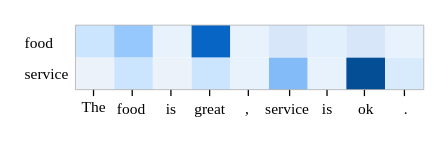
This is SemGCNAnalysis-b.drawio from zhaicao/images, a draw.io file, before an edit. Source tidied: cells renumbered, new cells numbered last; positions are measured from the earlier drawing's top-left corner, leaving out a move shared by most shapes. Both pictures are drawn from the tidied source at 129%, with x=0, y=0 at pixel (22, 23).
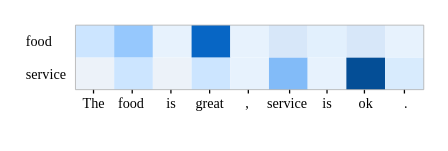
The same page after the edit.

Unchanged cells that the change refers to:
```xml
<mxCell id="4" style="whiteSpace=wrap;html=1;strokeColor=none;fillColor=#ecf2f9;fontSize=10;fontFamily=Times New Roman;" parent="1" vertex="1">
  <mxGeometry x="41" y="26" width="30" height="25" as="geometry" />
</mxCell>
<mxCell id="12" style="whiteSpace=wrap;html=1;strokeColor=none;fillColor=#d8ebfd;fontSize=10;fontFamily=Times New Roman;" parent="1" vertex="1">
  <mxGeometry x="281" y="26" width="30" height="25" as="geometry" />
</mxCell>
```

Change to the diagram source:
```diff
@@
-    <mxCell id="2" value="service" style="text;html=1;align=left;verticalAlign=middle;strokeColor=none;fillColor=none;fontSize=12;fontFamily=Times New Roman;" parent="1" vertex="1">
-      <mxGeometry y="24" width="60" height="30" as="geometry" />
-    </mxCell>
-    <mxCell id="3" value="food" style="text;html=1;align=left;verticalAlign=middle;strokeColor=none;fillColor=none;fontSize=12;fontFamily=Times New Roman;" parent="1" vertex="1">
-      <mxGeometry y="-0.5" width="50" height="30" as="geometry" />
-    </mxCell>
+    <mxCell id="45" value="service" style="text;html=1;align=left;verticalAlign=middle;strokeColor=none;fillColor=none;fontSize=11;fontFamily=Times New Roman;" parent="1" vertex="1">
+      <mxGeometry x="1" y="24" width="50" height="30" as="geometry" />
+    </mxCell>
+    <mxCell id="46" value="food" style="text;html=1;align=left;verticalAlign=middle;strokeColor=none;fillColor=none;fontSize=11;fontFamily=Times New Roman;" parent="1" vertex="1">
+      <mxGeometry x="1" y="-1.5" width="40" height="30" as="geometry" />
+    </mxCell>
@@
-    <mxCell id="5" style="whiteSpace=wrap;html=1;fillColor=#CCE5FF;strokeColor=none;fontSize=10;fontFamily=Times New Roman;" parent="1" vertex="1">
-      <mxGeometry x="71" y="26" width="30" height="25" as="geometry" />
-    </mxCell>
+    <mxCell id="47" style="whiteSpace=wrap;html=1;fillColor=#cce5ff;strokeColor=none;fontSize=10;fontFamily=Times New Roman;" parent="1" vertex="1">
+      <mxGeometry x="71" y="26" width="30" height="25" as="geometry" />
+    </mxCell>
@@
-    <mxCell id="8" style="whiteSpace=wrap;html=1;strokeColor=none;fillColor=#E7F2FD;fontSize=10;fontFamily=Times New Roman;" parent="1" vertex="1">
-      <mxGeometry x="161" y="26" width="30" height="25" as="geometry" />
-    </mxCell>
+    <mxCell id="48" style="whiteSpace=wrap;html=1;strokeColor=none;fillColor=#e7f2fd;fontSize=10;fontFamily=Times New Roman;" parent="1" vertex="1">
+      <mxGeometry x="161" y="26" width="30" height="25" as="geometry" />
+    </mxCell>
@@
-    <mxCell id="10" style="whiteSpace=wrap;html=1;strokeColor=none;fillColor=#E7F2FD;fontSize=10;fontFamily=Times New Roman;" parent="1" vertex="1">
-      <mxGeometry x="221" y="26" width="30" height="25" as="geometry" />
-    </mxCell>
+    <mxCell id="49" style="whiteSpace=wrap;html=1;strokeColor=none;fillColor=#e7f2fd;fontSize=10;fontFamily=Times New Roman;" parent="1" vertex="1">
+      <mxGeometry x="221" y="26" width="30" height="25" as="geometry" />
+    </mxCell>
@@
-    <mxCell id="13" style="whiteSpace=wrap;html=1;strokeColor=none;fillColor=#CCE5FF;fontSize=10;fontFamily=Times New Roman;rounded=0;" parent="1" vertex="1">
-      <mxGeometry x="41" y="1" width="30" height="25" as="geometry" />
-    </mxCell>
-    <mxCell id="14" style="whiteSpace=wrap;html=1;fillColor=#96C8FD;strokeColor=none;fontSize=10;fontFamily=Times New Roman;rounded=0;" parent="1" vertex="1">
-      <mxGeometry x="71" y="1" width="30" height="25" as="geometry" />
-    </mxCell>
-    <mxCell id="15" style="whiteSpace=wrap;html=1;strokeColor=none;fillColor=#E7F2FD;fontSize=10;fontFamily=Times New Roman;rounded=0;" parent="1" vertex="1">
-      <mxGeometry x="101" y="1" width="30" height="25" as="geometry" />
-    </mxCell>
+    <mxCell id="50" style="endArrow=none;html=1;rounded=0;fontFamily=Times New Roman;fontSize=11;strokeColor=none;" parent="1" edge="1">
+      <mxGeometry relative="1" as="geometry">
+        <mxPoint x="55" y="50" as="sourcePoint" />
+        <mxPoint x="55" y="51" as="targetPoint" />
+      </mxGeometry>
+    </mxCell>
+    <mxCell id="51" style="whiteSpace=wrap;html=1;strokeColor=none;fillColor=#cce5ff;fontSize=10;fontFamily=Times New Roman;rounded=0;" parent="1" vertex="1">
+      <mxGeometry x="41" y="1" width="30" height="25" as="geometry" />
+    </mxCell>
+    <mxCell id="52" style="whiteSpace=wrap;html=1;fillColor=#96c8fd;strokeColor=none;fontSize=10;fontFamily=Times New Roman;rounded=0;" parent="1" vertex="1">
+      <mxGeometry x="71" y="1" width="30" height="25" as="geometry" />
+    </mxCell>
+    <mxCell id="53" style="whiteSpace=wrap;html=1;strokeColor=none;fillColor=#e7f2fd;fontSize=10;fontFamily=Times New Roman;rounded=0;" parent="1" vertex="1">
+      <mxGeometry x="101" y="1" width="30" height="25" as="geometry" />
+    </mxCell>
@@
-    <mxCell id="17" style="whiteSpace=wrap;html=1;strokeColor=none;fillColor=#E7F2FD;fontSize=10;fontFamily=Times New Roman;rounded=0;" parent="1" vertex="1">
-      <mxGeometry x="161" y="1" width="30" height="25" as="geometry" />
-    </mxCell>
+    <mxCell id="54" style="whiteSpace=wrap;html=1;strokeColor=none;fillColor=#e7f2fd;fontSize=10;fontFamily=Times New Roman;rounded=0;" parent="1" vertex="1">
+      <mxGeometry x="161" y="1" width="30" height="25" as="geometry" />
+    </mxCell>
@@
-    <mxCell id="21" style="whiteSpace=wrap;html=1;strokeColor=none;fillColor=#E7F2FD;fontSize=10;fontFamily=Times New Roman;rounded=0;" parent="1" vertex="1">
-      <mxGeometry x="281" y="1" width="30" height="25" as="geometry" />
-    </mxCell>
-    <mxCell id="22" style="endArrow=none;html=1;rounded=0;exitX=0;exitY=0;exitDx=0;exitDy=0;entryX=1;entryY=0;entryDx=0;entryDy=0;strokeColor=#adadad;strokeWidth=0.6;" parent="1" edge="1" source="13" target="21">
-      <mxGeometry relative="1" as="geometry" />
-    </mxCell>
-    <mxCell id="23" style="endArrow=none;html=1;rounded=0;exitX=1;exitY=1;exitDx=0;exitDy=0;entryX=1;entryY=0;entryDx=0;entryDy=0;strokeColor=#adadad;strokeWidth=0.6;" parent="1" edge="1" source="12" target="21">
-      <mxGeometry relative="1" as="geometry" />
-    </mxCell>
-    <mxCell id="24" style="endArrow=none;html=1;rounded=0;exitX=0;exitY=0;exitDx=0;exitDy=0;entryX=0;entryY=1;entryDx=0;entryDy=0;strokeColor=#adadad;strokeWidth=0.6;" parent="1" edge="1" source="13" target="4">
-      <mxGeometry relative="1" as="geometry" />
-    </mxCell>
+    <mxCell id="55" style="whiteSpace=wrap;html=1;strokeColor=none;fillColor=#e7f2fd;fontSize=10;fontFamily=Times New Roman;rounded=0;" parent="1" vertex="1">
+      <mxGeometry x="281" y="1" width="30" height="25" as="geometry" />
+    </mxCell>
+    <mxCell id="56" style="endArrow=none;html=1;rounded=0;exitX=1;exitY=1;exitDx=0;exitDy=0;entryX=1;entryY=0;entryDx=0;entryDy=0;strokeColor=#adadad;strokeWidth=0.6;" parent="1" edge="1" source="12" target="55">
+      <mxGeometry relative="1" as="geometry" />
+    </mxCell>
+    <mxCell id="57" style="endArrow=none;html=1;rounded=0;exitX=0;exitY=0;exitDx=0;exitDy=0;entryX=0;entryY=1;entryDx=0;entryDy=0;strokeColor=#adadad;strokeWidth=0.6;" parent="1" edge="1" source="51" target="4">
+      <mxGeometry relative="1" as="geometry" />
+    </mxCell>
+    <mxCell id="58" style="endArrow=none;html=1;rounded=0;exitX=0;exitY=0;exitDx=0;exitDy=0;entryX=1;entryY=0;entryDx=0;entryDy=0;strokeColor=#adadad;strokeWidth=0.6;" parent="1" edge="1" source="51" target="55">
+      <mxGeometry relative="1" as="geometry" />
+    </mxCell>
+    <mxCell id="59" style="endArrow=none;html=1;rounded=0;fontFamily=Times New Roman;fontSize=11;strokeColor=none;verticalAlign=bottom;" parent="1" edge="1">
+      <mxGeometry relative="1" as="geometry">
+        <mxPoint x="55" y="43" as="sourcePoint" />
+        <mxPoint x="55" y="51" as="targetPoint" />
+      </mxGeometry>
+    </mxCell>
+    <mxCell id="60" style="endArrow=none;html=1;rounded=0;fontFamily=Times New Roman;fontSize=11;verticalAlign=bottom;" parent="1" edge="1">
+      <mxGeometry relative="1" as="geometry">
+        <mxPoint x="85" y="54" as="sourcePoint" />
+        <mxPoint x="85" y="51" as="targetPoint" />
+      </mxGeometry>
+    </mxCell>
+    <mxCell id="61" style="endArrow=none;html=1;rounded=0;fontFamily=Times New Roman;fontSize=11;verticalAlign=bottom;" parent="1" edge="1">
+      <mxGeometry relative="1" as="geometry">
+        <mxPoint x="115" y="54" as="sourcePoint" />
+        <mxPoint x="115" y="51" as="targetPoint" />
+      </mxGeometry>
+    </mxCell>
+    <mxCell id="62" style="endArrow=none;html=1;rounded=0;fontFamily=Times New Roman;fontSize=11;verticalAlign=bottom;" parent="1" edge="1">
+      <mxGeometry relative="1" as="geometry">
+        <mxPoint x="145" y="54" as="sourcePoint" />
+        <mxPoint x="145" y="51" as="targetPoint" />
+      </mxGeometry>
+    </mxCell>
+    <mxCell id="63" style="endArrow=none;html=1;rounded=0;fontFamily=Times New Roman;fontSize=11;verticalAlign=bottom;" parent="1" edge="1">
+      <mxGeometry relative="1" as="geometry">
+        <mxPoint x="175" y="54" as="sourcePoint" />
+        <mxPoint x="175" y="51" as="targetPoint" />
+      </mxGeometry>
+    </mxCell>
+    <mxCell id="64" style="endArrow=none;html=1;rounded=0;fontFamily=Times New Roman;fontSize=11;verticalAlign=bottom;" parent="1" edge="1">
+      <mxGeometry relative="1" as="geometry">
+        <mxPoint x="207" y="54" as="sourcePoint" />
+        <mxPoint x="207" y="51" as="targetPoint" />
+      </mxGeometry>
+    </mxCell>
+    <mxCell id="65" style="endArrow=none;html=1;rounded=0;fontFamily=Times New Roman;fontSize=11;verticalAlign=bottom;" parent="1" edge="1">
+      <mxGeometry relative="1" as="geometry">
+        <mxPoint x="236" y="54" as="sourcePoint" />
+        <mxPoint x="236" y="51" as="targetPoint" />
+      </mxGeometry>
+    </mxCell>
+    <mxCell id="66" style="endArrow=none;html=1;rounded=0;fontFamily=Times New Roman;fontSize=11;verticalAlign=bottom;" parent="1" edge="1">
+      <mxGeometry relative="1" as="geometry">
+        <mxPoint x="265" y="54" as="sourcePoint" />
+        <mxPoint x="265" y="51" as="targetPoint" />
+      </mxGeometry>
+    </mxCell>
+    <mxCell id="67" style="endArrow=none;html=1;rounded=0;fontFamily=Times New Roman;fontSize=11;verticalAlign=bottom;" parent="1" edge="1">
+      <mxGeometry relative="1" as="geometry">
+        <mxPoint x="296" y="54" as="sourcePoint" />
+        <mxPoint x="296" y="51" as="targetPoint" />
+      </mxGeometry>
+    </mxCell>
+    <mxCell id="68" style="endArrow=none;html=1;rounded=0;fontFamily=Times New Roman;fontSize=11;verticalAlign=bottom;" parent="1" edge="1">
+      <mxGeometry relative="1" as="geometry">
+        <mxPoint x="55" y="54" as="sourcePoint" />
+        <mxPoint x="55" y="51" as="targetPoint" />
+      </mxGeometry>
+    </mxCell>
+    <mxCell id="69" style="endArrow=none;html=1;rounded=0;strokeColor=#adadad;strokeWidth=0.6;exitX=1;exitY=1;exitDx=0;exitDy=0;entryX=0;entryY=1;entryDx=0;entryDy=0;verticalAlign=bottom;" parent="1" edge="1">
+      <mxGeometry relative="1" as="geometry">
+        <mxPoint x="311" y="51" as="sourcePoint" />
+        <mxPoint x="41" y="51" as="targetPoint" />
+      </mxGeometry>
+    </mxCell>
-    <mxCell id="25" value="&lt;font style=&quot;font-size: 12px;&quot;&gt;The&lt;/font&gt;" style="text;html=1;align=center;verticalAlign=middle;points=[];strokeColor=none;fillColor=none;fontSize=12;fontFamily=Times New Roman;" parent="1" vertex="1">
-      <mxGeometry x="35" y="50" width="40" height="30" as="geometry" />
+    <mxCell id="25" value="&lt;font style=&quot;font-size: 11px;&quot;&gt;The&lt;/font&gt;" style="text;html=1;align=center;verticalAlign=bottom;points=[];strokeColor=none;fillColor=none;fontSize=11;fontFamily=Times New Roman;" parent="1" vertex="1">
+      <mxGeometry x="35" y="41" width="40" height="30" as="geometry" />
     </mxCell>
-    <mxCell id="26" value="&lt;font style=&quot;font-size: 12px;&quot;&gt;food&lt;/font&gt;" style="text;html=1;align=center;verticalAlign=middle;strokeColor=none;fillColor=none;fontSize=12;fontFamily=Times New Roman;" parent="1" vertex="1">
-      <mxGeometry x="59" y="51" width="50" height="30" as="geometry" />
-    </mxCell>
-    <mxCell id="27" value="&lt;font style=&quot;font-size: 12px;&quot;&gt;is&lt;/font&gt;" style="text;html=1;align=center;verticalAlign=middle;strokeColor=none;fillColor=none;fontSize=12;fontFamily=Times New Roman;" parent="1" vertex="1">
-      <mxGeometry x="100" y="51" width="30" height="30" as="geometry" />
-    </mxCell>
+    <mxCell id="70" value="&lt;font style=&quot;font-size: 11px;&quot;&gt;food&lt;/font&gt;" style="text;html=1;align=center;verticalAlign=bottom;strokeColor=none;fillColor=none;fontSize=11;fontFamily=Times New Roman;" parent="1" vertex="1">
+      <mxGeometry x="64" y="41" width="40" height="30" as="geometry" />
+    </mxCell>
+    <mxCell id="71" value="&lt;font style=&quot;font-size: 11px;&quot;&gt;is&lt;/font&gt;" style="text;html=1;align=center;verticalAlign=bottom;strokeColor=none;fillColor=none;fontSize=11;fontFamily=Times New Roman;" parent="1" vertex="1">
+      <mxGeometry x="100" y="41" width="30" height="30" as="geometry" />
+    </mxCell>
-    <mxCell id="28" value="&lt;font style=&quot;font-size: 12px;&quot;&gt;great&lt;/font&gt;" style="text;html=1;align=center;verticalAlign=middle;strokeColor=none;fillColor=none;fontSize=12;fontFamily=Times New Roman;" parent="1" vertex="1">
-      <mxGeometry x="120" y="51" width="50" height="30" as="geometry" />
+    <mxCell id="28" value="&lt;font style=&quot;font-size: 11px;&quot;&gt;great&lt;/font&gt;" style="text;html=1;align=center;verticalAlign=bottom;strokeColor=none;fillColor=none;fontSize=11;fontFamily=Times New Roman;" parent="1" vertex="1">
+      <mxGeometry x="120" y="41" width="50" height="30" as="geometry" />
     </mxCell>
-    <mxCell id="29" value="&lt;font style=&quot;font-size: 12px;&quot;&gt;,&lt;/font&gt;" style="text;html=1;align=center;verticalAlign=middle;strokeColor=none;fillColor=none;fontSize=12;fontFamily=Times New Roman;" parent="1" vertex="1">
-      <mxGeometry x="159" y="51" width="30" height="30" as="geometry" />
+    <mxCell id="29" value="&lt;font style=&quot;font-size: 11px;&quot;&gt;,&lt;/font&gt;" style="text;html=1;align=center;verticalAlign=bottom;strokeColor=none;fillColor=none;fontSize=11;fontFamily=Times New Roman;" parent="1" vertex="1">
+      <mxGeometry x="159" y="41" width="30" height="30" as="geometry" />
     </mxCell>
-    <mxCell id="30" value="&lt;font style=&quot;font-size: 12px;&quot;&gt;service&lt;/font&gt;" style="text;html=1;align=center;verticalAlign=middle;strokeColor=none;fillColor=none;fontSize=12;fontFamily=Times New Roman;" parent="1" vertex="1">
-      <mxGeometry x="175" y="51" width="60" height="30" as="geometry" />
-    </mxCell>
-    <mxCell id="31" value="&lt;span style=&quot;font-size: 12px;&quot;&gt;is&lt;/span&gt;" style="text;html=1;align=center;verticalAlign=middle;strokeColor=none;fillColor=none;fontSize=12;fontFamily=Times New Roman;" parent="1" vertex="1">
-      <mxGeometry x="221" y="51" width="30" height="30" as="geometry" />
-    </mxCell>
+    <mxCell id="72" value="&lt;font style=&quot;font-size: 11px;&quot;&gt;service&lt;/font&gt;" style="text;html=1;align=center;verticalAlign=bottom;strokeColor=none;fillColor=none;fontSize=11;fontFamily=Times New Roman;" parent="1" vertex="1">
+      <mxGeometry x="180" y="41" width="50" height="30" as="geometry" />
+    </mxCell>
+    <mxCell id="73" value="&lt;span style=&quot;font-size: 11px;&quot;&gt;is&lt;/span&gt;" style="text;html=1;align=center;verticalAlign=bottom;strokeColor=none;fillColor=none;fontSize=11;fontFamily=Times New Roman;" parent="1" vertex="1">
+      <mxGeometry x="221" y="41" width="30" height="30" as="geometry" />
+    </mxCell>
-    <mxCell id="32" value="&lt;span style=&quot;font-size: 12px;&quot;&gt;ok&lt;/span&gt;" style="text;html=1;align=center;verticalAlign=middle;strokeColor=none;fillColor=none;fontSize=12;fontFamily=Times New Roman;" parent="1" vertex="1">
-      <mxGeometry x="246" y="51" width="40" height="30" as="geometry" />
+    <mxCell id="32" value="&lt;span style=&quot;font-size: 11px;&quot;&gt;ok&lt;/span&gt;" style="text;html=1;align=center;verticalAlign=bottom;strokeColor=none;fillColor=none;fontSize=11;fontFamily=Times New Roman;" parent="1" vertex="1">
+      <mxGeometry x="251" y="41" width="30" height="30" as="geometry" />
     </mxCell>
-    <mxCell id="33" value="&lt;span style=&quot;font-size: 12px;&quot;&gt;.&lt;/span&gt;" style="text;html=1;align=center;verticalAlign=middle;strokeColor=none;fillColor=none;fontSize=12;fontFamily=Times New Roman;fontStyle=0;" parent="1" vertex="1">
-      <mxGeometry x="282" y="51" width="30" height="30" as="geometry" />
+    <mxCell id="33" value="&lt;span style=&quot;font-size: 11px;&quot;&gt;.&lt;/span&gt;" style="text;html=1;align=center;verticalAlign=bottom;strokeColor=none;fillColor=none;fontSize=11;fontFamily=Times New Roman;fontStyle=0;" parent="1" vertex="1">
+      <mxGeometry x="282" y="41" width="30" height="30" as="geometry" />
     </mxCell>
-    <mxCell id="34" style="endArrow=none;html=1;rounded=0;fontFamily=Times New Roman;fontSize=11;strokeColor=none;" parent="1" edge="1" source="25">
-      <mxGeometry relative="1" as="geometry">
-        <mxPoint x="55" y="51" as="targetPoint" />
-      </mxGeometry>
-    </mxCell>
-    <mxCell id="35" style="endArrow=none;html=1;rounded=0;fontFamily=Times New Roman;fontSize=11;" parent="1" edge="1">
-      <mxGeometry relative="1" as="geometry">
-        <mxPoint x="85" y="56" as="sourcePoint" />
-        <mxPoint x="85" y="51" as="targetPoint" />
-      </mxGeometry>
-    </mxCell>
-    <mxCell id="36" style="endArrow=none;html=1;rounded=0;fontFamily=Times New Roman;fontSize=11;" parent="1" edge="1">
-      <mxGeometry relative="1" as="geometry">
-        <mxPoint x="115" y="56" as="sourcePoint" />
-        <mxPoint x="115" y="51" as="targetPoint" />
-      </mxGeometry>
-    </mxCell>
-    <mxCell id="37" style="endArrow=none;html=1;rounded=0;fontFamily=Times New Roman;fontSize=11;" parent="1" edge="1">
-      <mxGeometry relative="1" as="geometry">
-        <mxPoint x="145" y="56" as="sourcePoint" />
-        <mxPoint x="145" y="51" as="targetPoint" />
-      </mxGeometry>
-    </mxCell>
-    <mxCell id="38" style="endArrow=none;html=1;rounded=0;fontFamily=Times New Roman;fontSize=11;" parent="1" edge="1">
-      <mxGeometry relative="1" as="geometry">
-        <mxPoint x="175" y="56" as="sourcePoint" />
-        <mxPoint x="175" y="51" as="targetPoint" />
-      </mxGeometry>
-    </mxCell>
-    <mxCell id="39" style="endArrow=none;html=1;rounded=0;fontFamily=Times New Roman;fontSize=11;" parent="1" edge="1">
-      <mxGeometry relative="1" as="geometry">
-        <mxPoint x="207" y="56" as="sourcePoint" />
-        <mxPoint x="207" y="51" as="targetPoint" />
-      </mxGeometry>
-    </mxCell>
-    <mxCell id="40" style="endArrow=none;html=1;rounded=0;fontFamily=Times New Roman;fontSize=11;" parent="1" edge="1">
-      <mxGeometry relative="1" as="geometry">
-        <mxPoint x="236" y="56" as="sourcePoint" />
-        <mxPoint x="236" y="51" as="targetPoint" />
-      </mxGeometry>
-    </mxCell>
-    <mxCell id="41" style="endArrow=none;html=1;rounded=0;fontFamily=Times New Roman;fontSize=11;" parent="1" edge="1">
-      <mxGeometry relative="1" as="geometry">
-        <mxPoint x="265" y="56" as="sourcePoint" />
-        <mxPoint x="265" y="51" as="targetPoint" />
-      </mxGeometry>
-    </mxCell>
-    <mxCell id="42" style="endArrow=none;html=1;rounded=0;fontFamily=Times New Roman;fontSize=11;" parent="1" edge="1">
-      <mxGeometry relative="1" as="geometry">
-        <mxPoint x="296" y="56" as="sourcePoint" />
-        <mxPoint x="296" y="51" as="targetPoint" />
-      </mxGeometry>
-    </mxCell>
-    <mxCell id="43" style="endArrow=none;html=1;rounded=0;fontFamily=Times New Roman;fontSize=11;" parent="1" edge="1">
-      <mxGeometry relative="1" as="geometry">
-        <mxPoint x="55" y="56" as="sourcePoint" />
-        <mxPoint x="55" y="51" as="targetPoint" />
-      </mxGeometry>
-    </mxCell>
-    <mxCell id="44" style="endArrow=none;html=1;rounded=0;strokeColor=#adadad;strokeWidth=0.6;exitX=1;exitY=1;exitDx=0;exitDy=0;entryX=0;entryY=1;entryDx=0;entryDy=0;" parent="1" edge="1">
-      <mxGeometry relative="1" as="geometry">
-        <mxPoint x="311" y="51" as="sourcePoint" />
-        <mxPoint x="41" y="51" as="targetPoint" />
-      </mxGeometry>
-    </mxCell>
```
